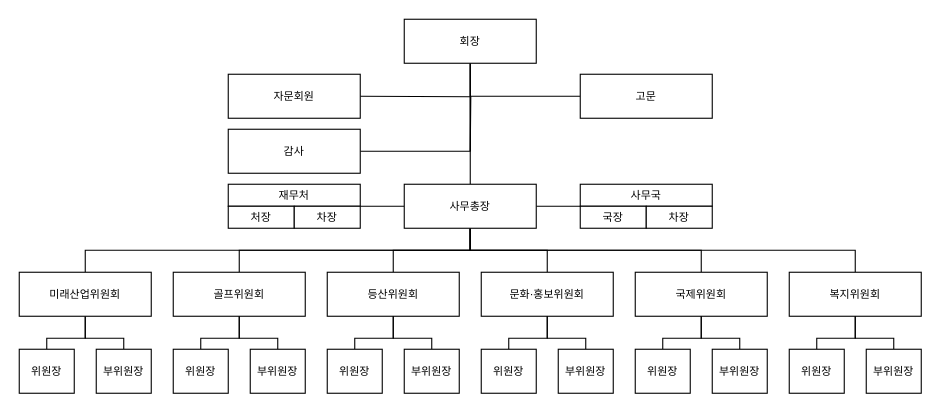
Before: 제목 없는 다이어그램.drawio in Zeranium/web1, a draw.io diagram. Source tidied: cells renumbered, new cells numbered last; positions are measured from the earlier drawing's top-left corner, leaving out a move shared by most shapes. Both pictures are drawn from the tidied source at 110%, with x=0, y=0 at pixel (19, 19).
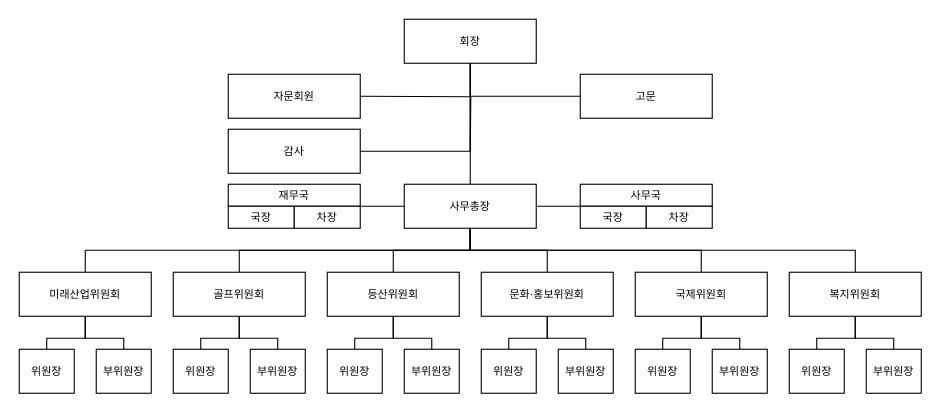
After the change.

Commit message:
제목 없는 다이어그램.drawio 업데이트

The edit, as a diff of the source:
```diff
@@
-    <mxCell id="48" value="재무처" style="whiteSpace=wrap;html=1;fontSize=10;" parent="1" vertex="1">
+    <mxCell id="48" value="재무국" style="whiteSpace=wrap;html=1;fontSize=10;" parent="1" vertex="1">
       <mxGeometry x="190" y="150" width="120" height="20" as="geometry" />
     </mxCell>
-    <mxCell id="49" value="처장" style="whiteSpace=wrap;html=1;fontSize=10;" parent="1" vertex="1">
+    <mxCell id="49" value="국장" style="whiteSpace=wrap;html=1;fontSize=10;" parent="1" vertex="1">
       <mxGeometry x="190" y="170" width="60" height="20" as="geometry" />
     </mxCell>
```
